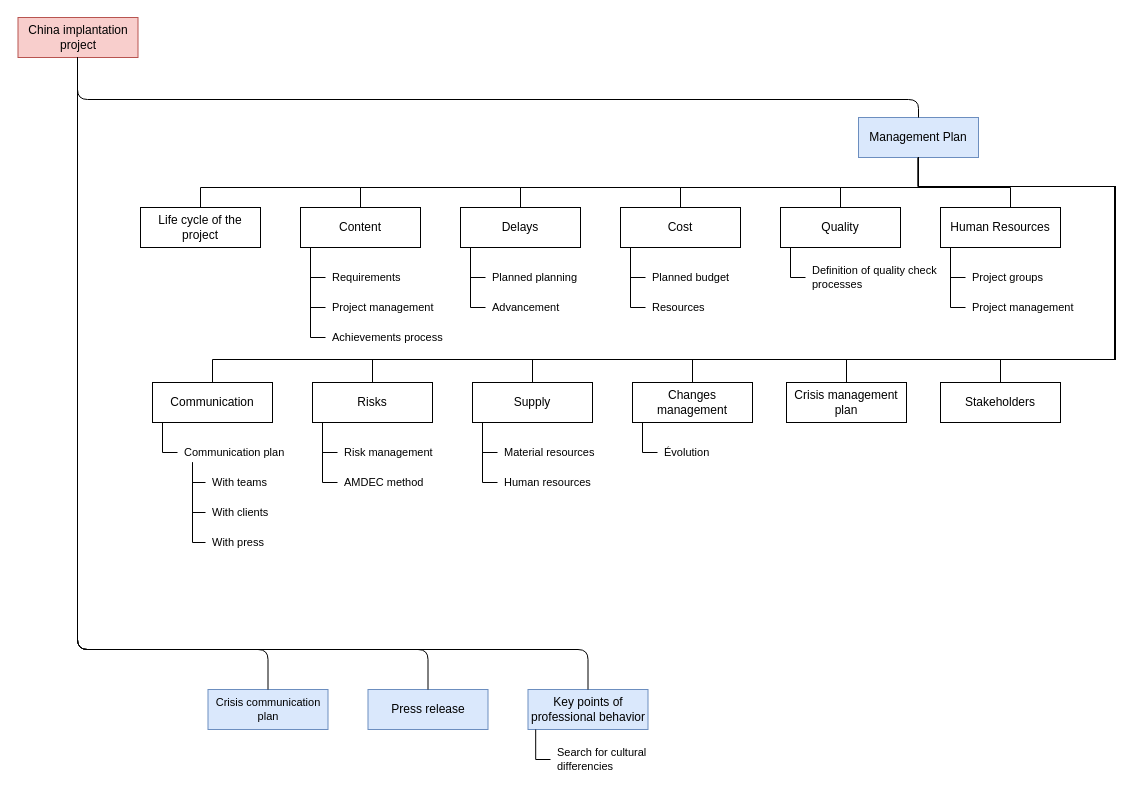
Earlier version of the draw.io diagram work-breakdown-structure.drawio (RomainJunca/ManagementInterA5). Source tidied: cells renumbered, new cells numbered last; positions are measured from the earlier drawing's top-left corner, leaving out a move shared by most shapes. Both pictures are drawn from the tidied source at 100%, with x=0, y=0 at pixel (17, 17).
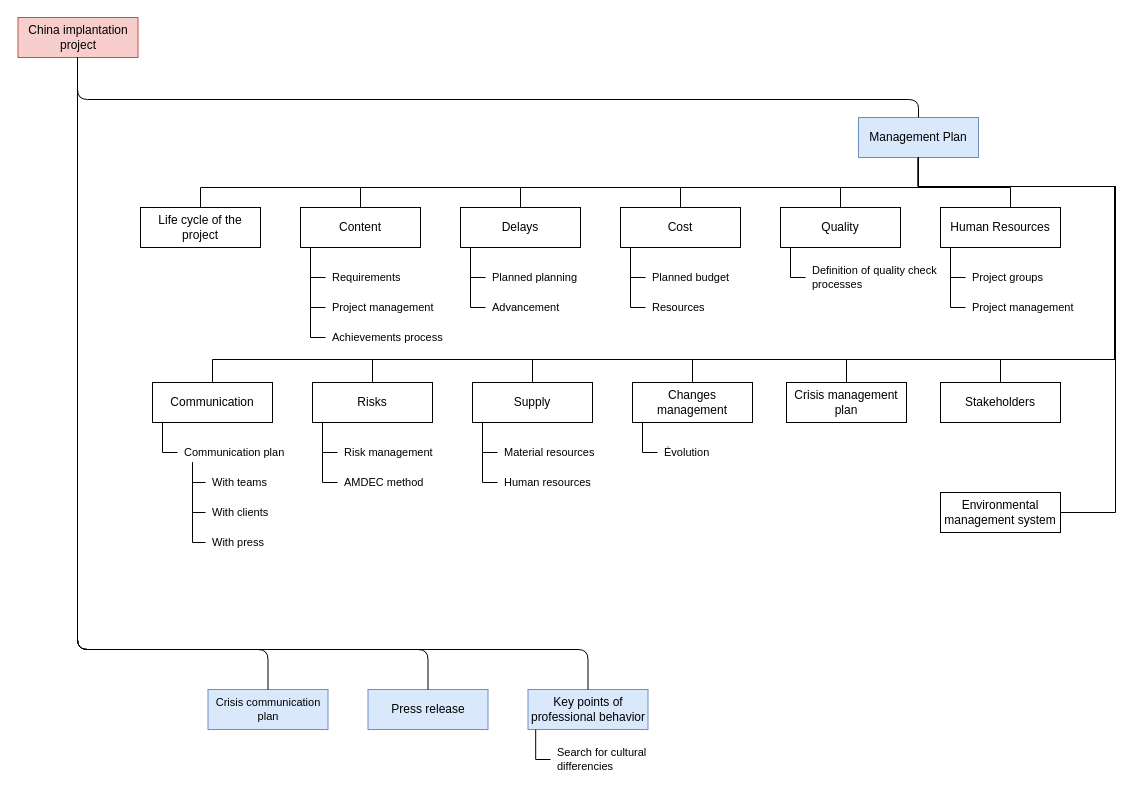
The same page after the edit.

Diff of the diagram source:
```diff
@@
+    <mxCell id="75" value="Environmental management system" style="rounded=0;whiteSpace=wrap;html=1;" parent="1" vertex="1">
+      <mxGeometry x="923" y="475" width="120" height="40" as="geometry" />
+    </mxCell>
+    <mxCell id="76" style="endArrow=none;html=1;fontSize=64;fontColor=#660033;edgeStyle=orthogonalEdgeStyle;rounded=0;" parent="1" edge="1" source="75">
+      <mxGeometry relative="1" as="geometry">
+        <mxPoint x="901" y="140" as="targetPoint" />
+        <Array as="points">
+          <mxPoint x="1098" y="495" />
+          <mxPoint x="1098" y="169" />
+          <mxPoint x="901" y="169" />
+        </Array>
+      </mxGeometry>
+    </mxCell>
```
